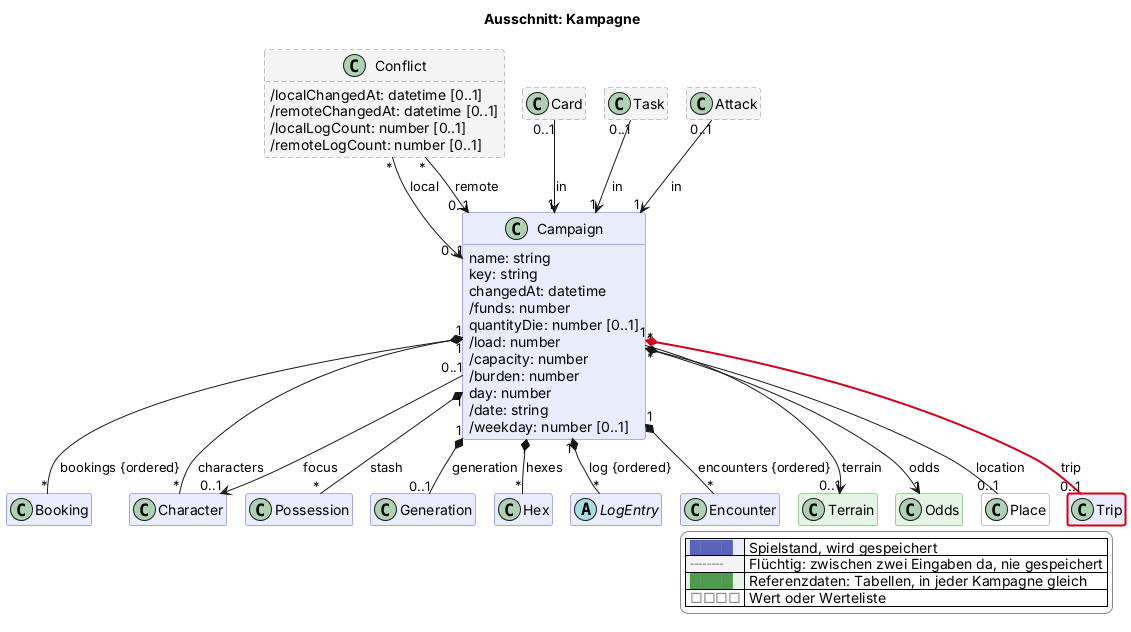
The PlantUML diagram docs/views/kampagne.png in scuzzar/SRE, before a commit.
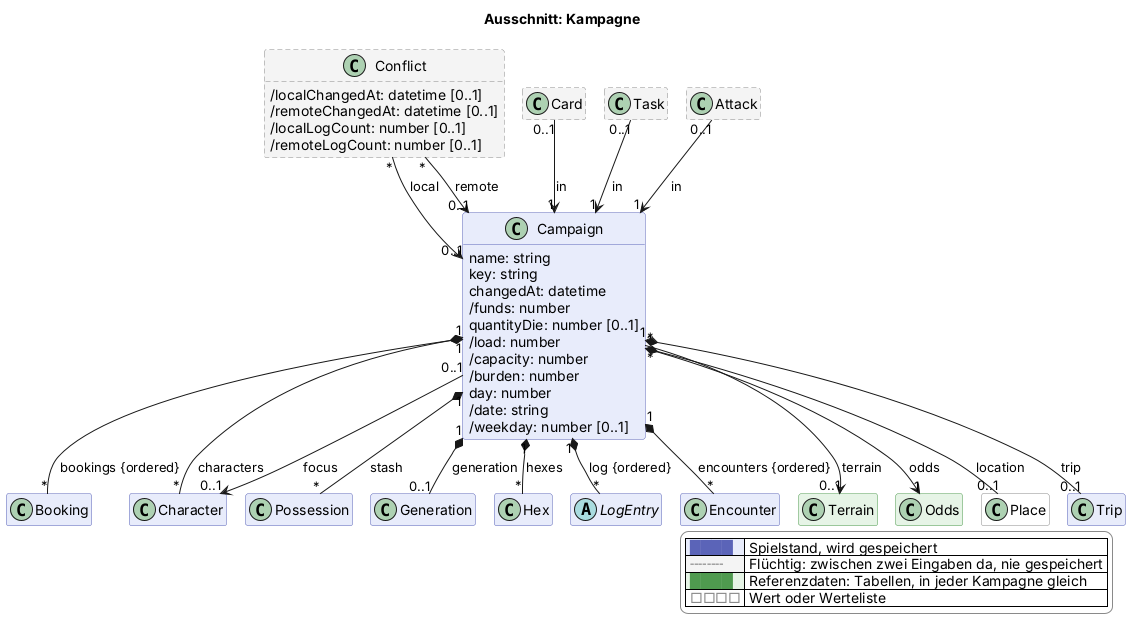
After the change.

Diff of the diagram source:
```diff
@@ -104,7 +104,7 @@
 
   class Odds <<reference>> $karte
   class Place <<value>> $oberflaeche
-  class Trip $logistik $newClass("2026-11-15")
+  class Trip $logistik
 
 Campaign "1" *-- "*" Character : characters
 Campaign "*" --> "1" Odds : odds
@@ -120,7 +120,7 @@
 
 
 Campaign "1" *-- "*" Hex : hexes
-Campaign "1" *-$newArrow("2026-11-15")- "0..1" Trip : trip
+Campaign "1" *-- "0..1" Trip : trip
 
 Campaign "1" *-- "*" Possession : stash
 
```
